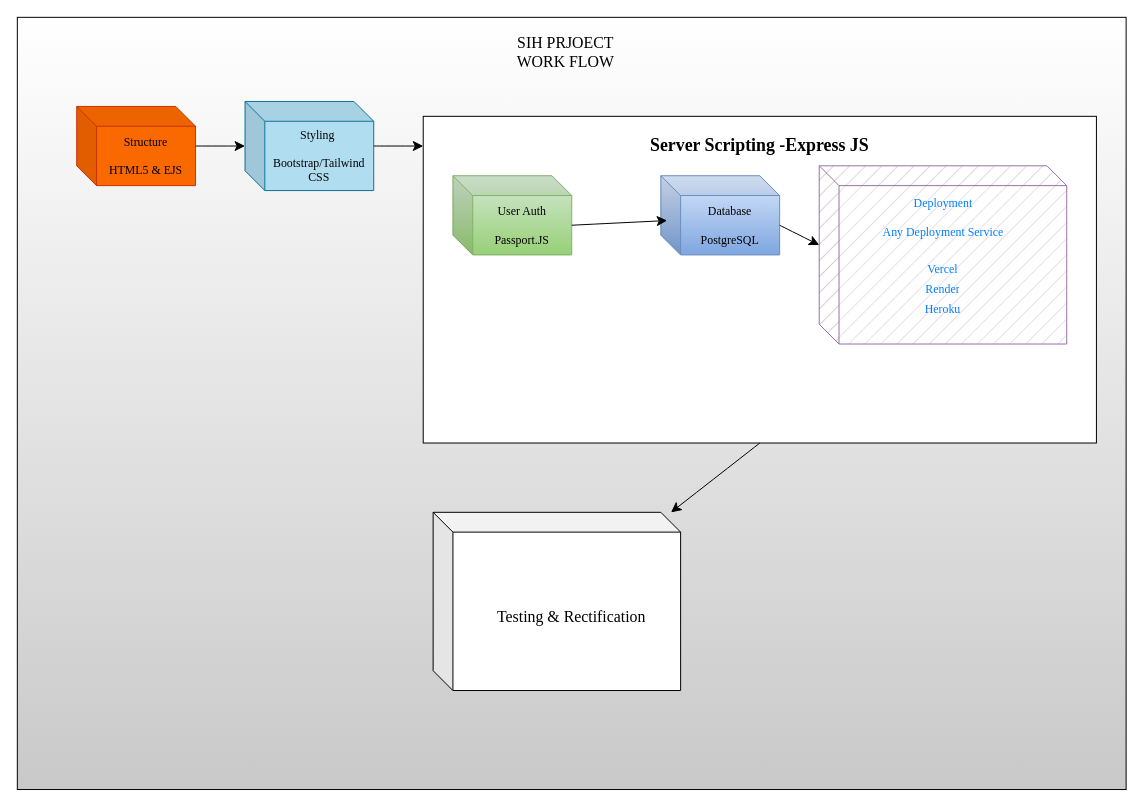
Before: New folder (2)/Untitled Diagram.drawio in GoutamK1902/Draw-dot-IO, a draw.io diagram. Source tidied: cells renumbered, new cells numbered last; positions are measured from the earlier drawing's top-left corner, leaving out a move shared by most shapes. Both pictures are drawn from the tidied source at 99%, with x=0, y=0 at pixel (17, 17).
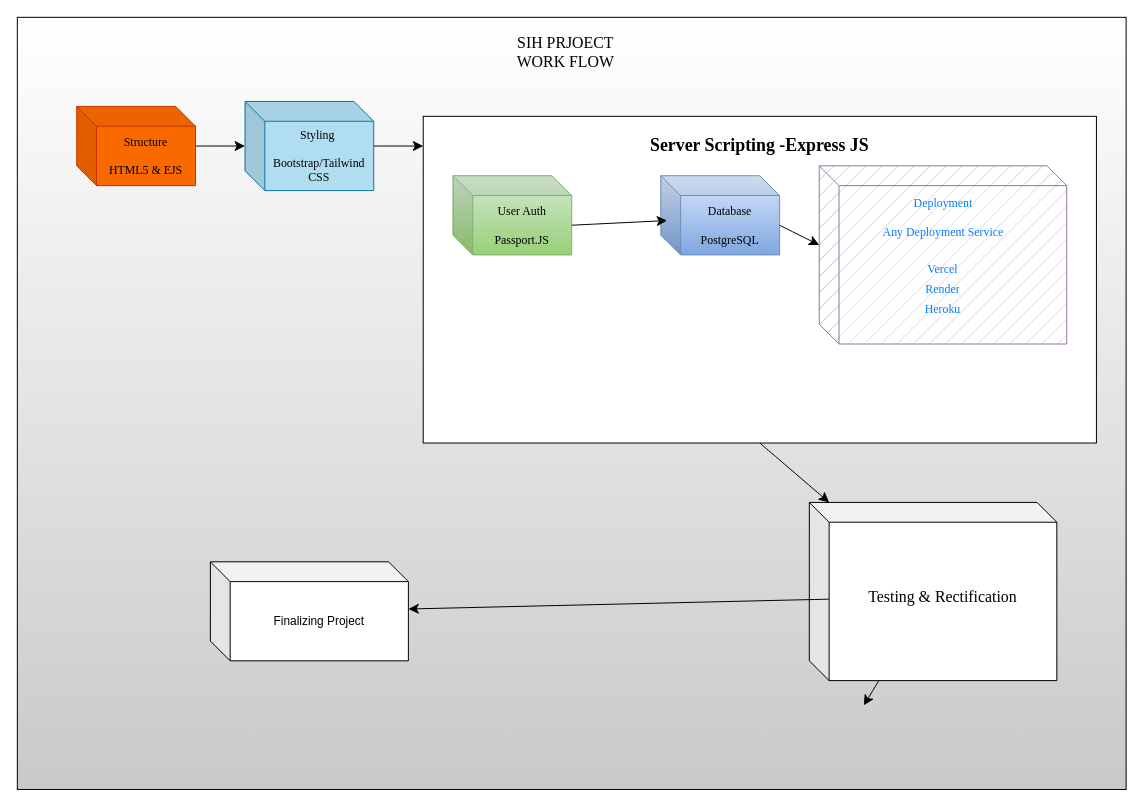
The same page after the edit.

Change to the diagram source:
```diff
@@
+    <mxCell id="22" style="edgeStyle=none;curved=1;rounded=0;jettySize=auto;html=1;fontSize=12;startSize=8;endSize=8;entryX=0;entryY=0;entryDx=660;entryDy=145;entryPerimeter=0;" parent="1" edge="1" source="20" target="24">
+      <mxGeometry relative="1" as="geometry" />
+    </mxCell>
     <mxCell id="20" style="shape=cube;whiteSpace=wrap;html=1;boundedLbl=1;backgroundOutline=1;darkOpacity=0.05;darkOpacity2=0.1;fontFamily=Times New Roman;" parent="1" vertex="1">
-      <mxGeometry x="420" y="500" width="250" height="180" as="geometry" />
+      <mxGeometry x="800" y="490" width="250" height="180" as="geometry" />
     </mxCell>
+    <mxCell id="23" style="edgeStyle=none;curved=1;rounded=0;jettySize=auto;html=1;fontSize=12;startSize=8;endSize=8;" parent="1" edge="1" source="21" target="24">
+      <mxGeometry relative="1" as="geometry" />
+    </mxCell>
     <mxCell id="21" value="Testing &amp;amp; Rectification" style="text;html=1;align=center;verticalAlign=middle;whiteSpace=wrap;rounded=0;fontSize=16;fontFamily=Times New Roman;" parent="1" vertex="1">
-      <mxGeometry x="445" y="590" width="230" height="30" as="geometry" />
+      <mxGeometry x="820" y="570" width="230" height="30" as="geometry" />
     </mxCell>
+    <mxCell id="24" value="Finalizing Project" style="shape=cube;whiteSpace=wrap;html=1;boundedLbl=1;backgroundOutline=1;darkOpacity=0.05;darkOpacity2=0.1;" parent="1" vertex="1">
+      <mxGeometry x="195" y="550" width="200" height="100" as="geometry" />
+    </mxCell>
```
